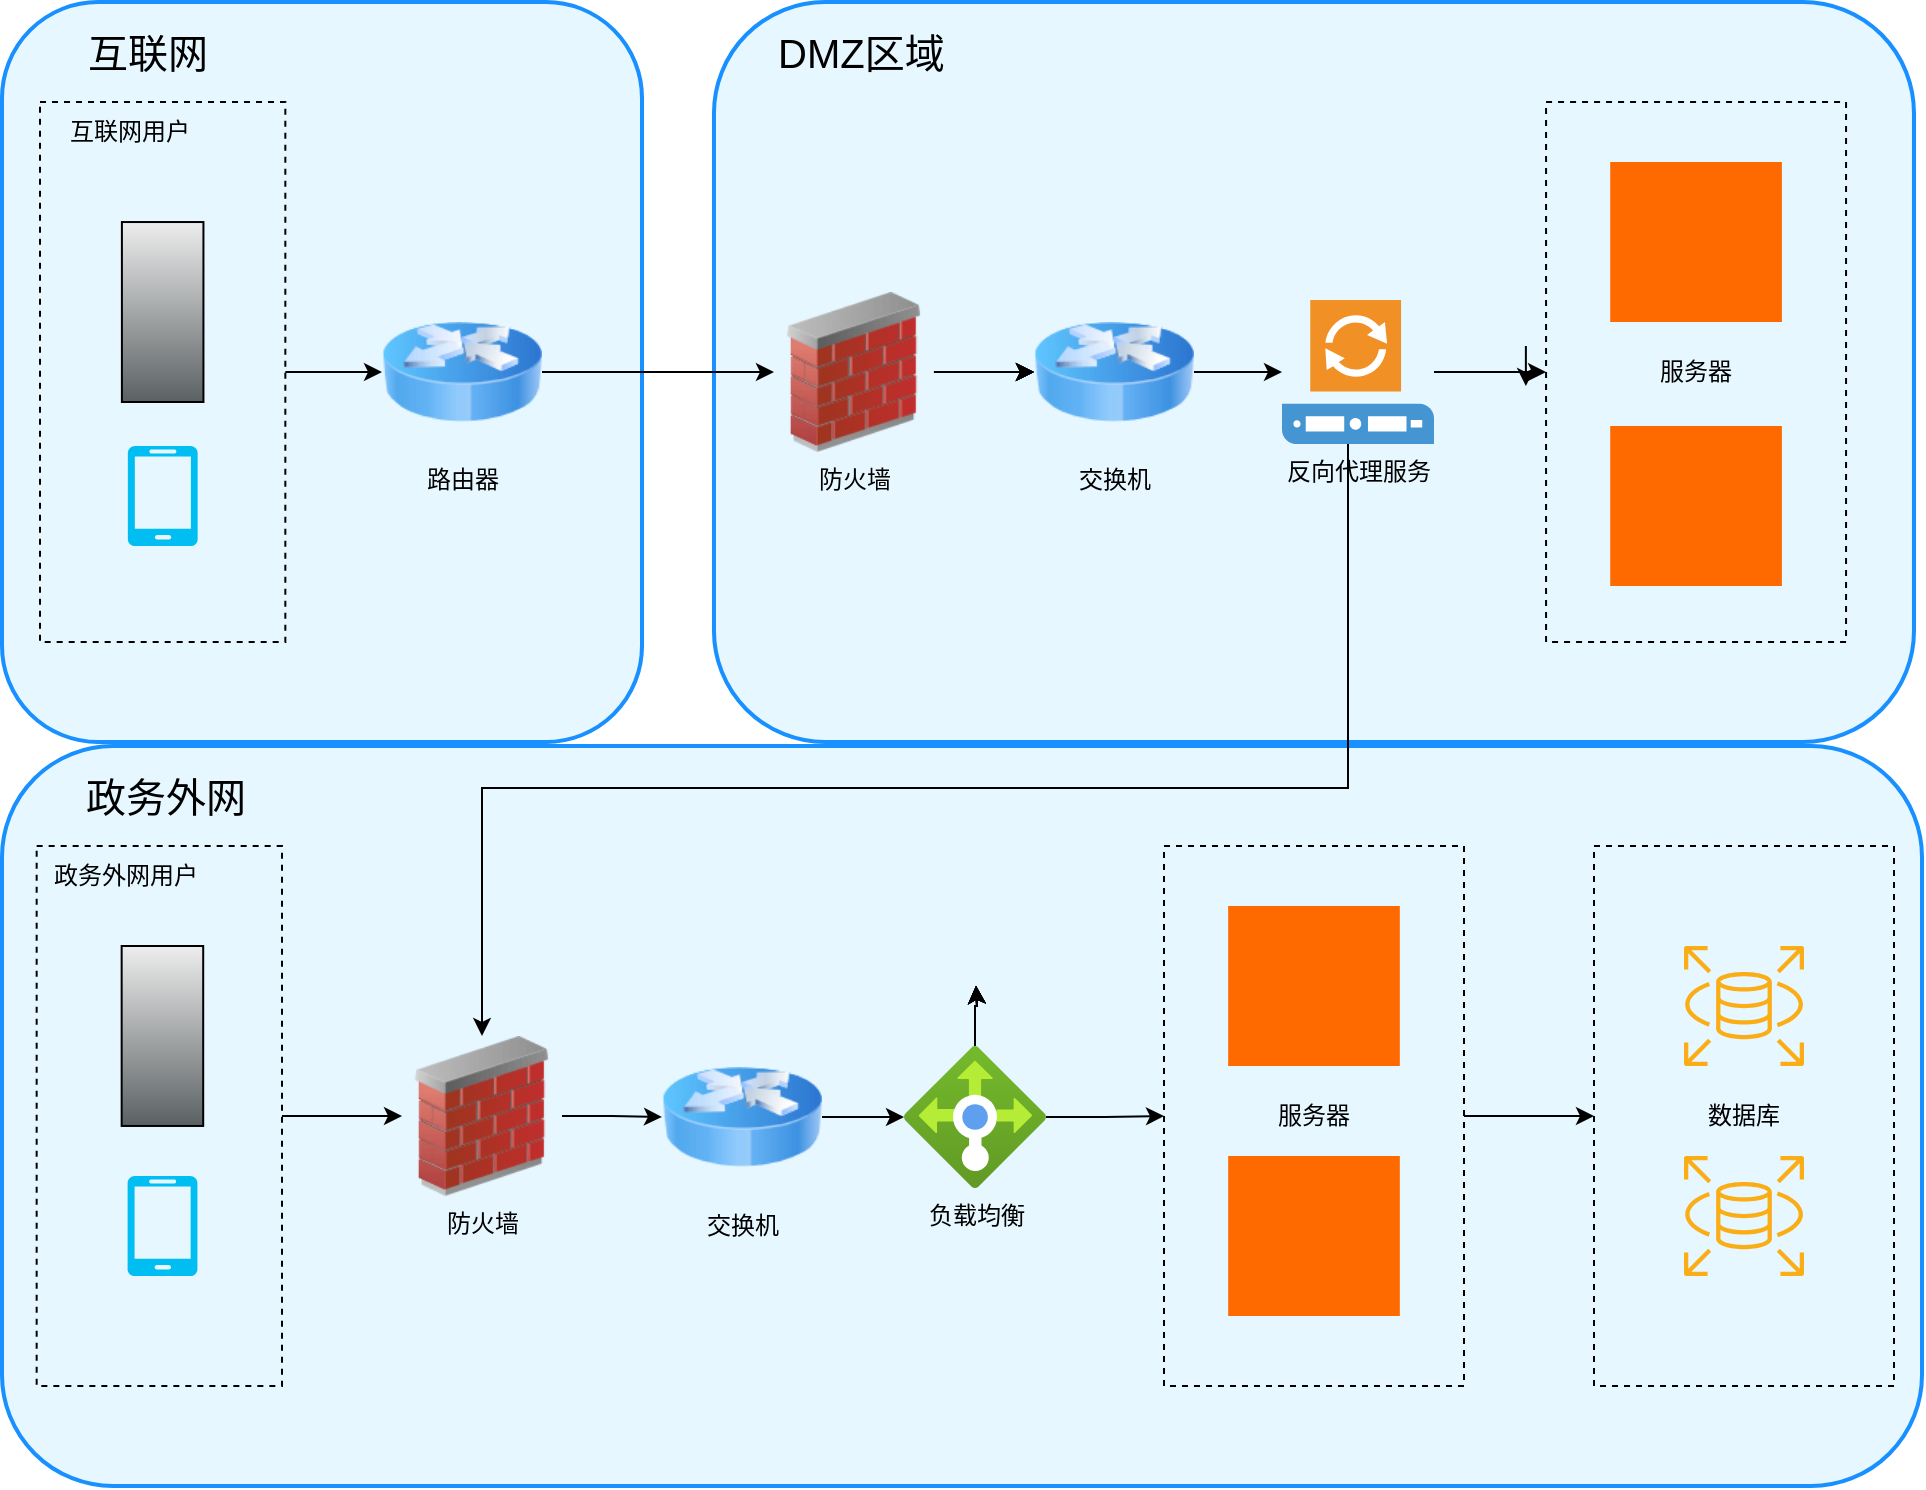
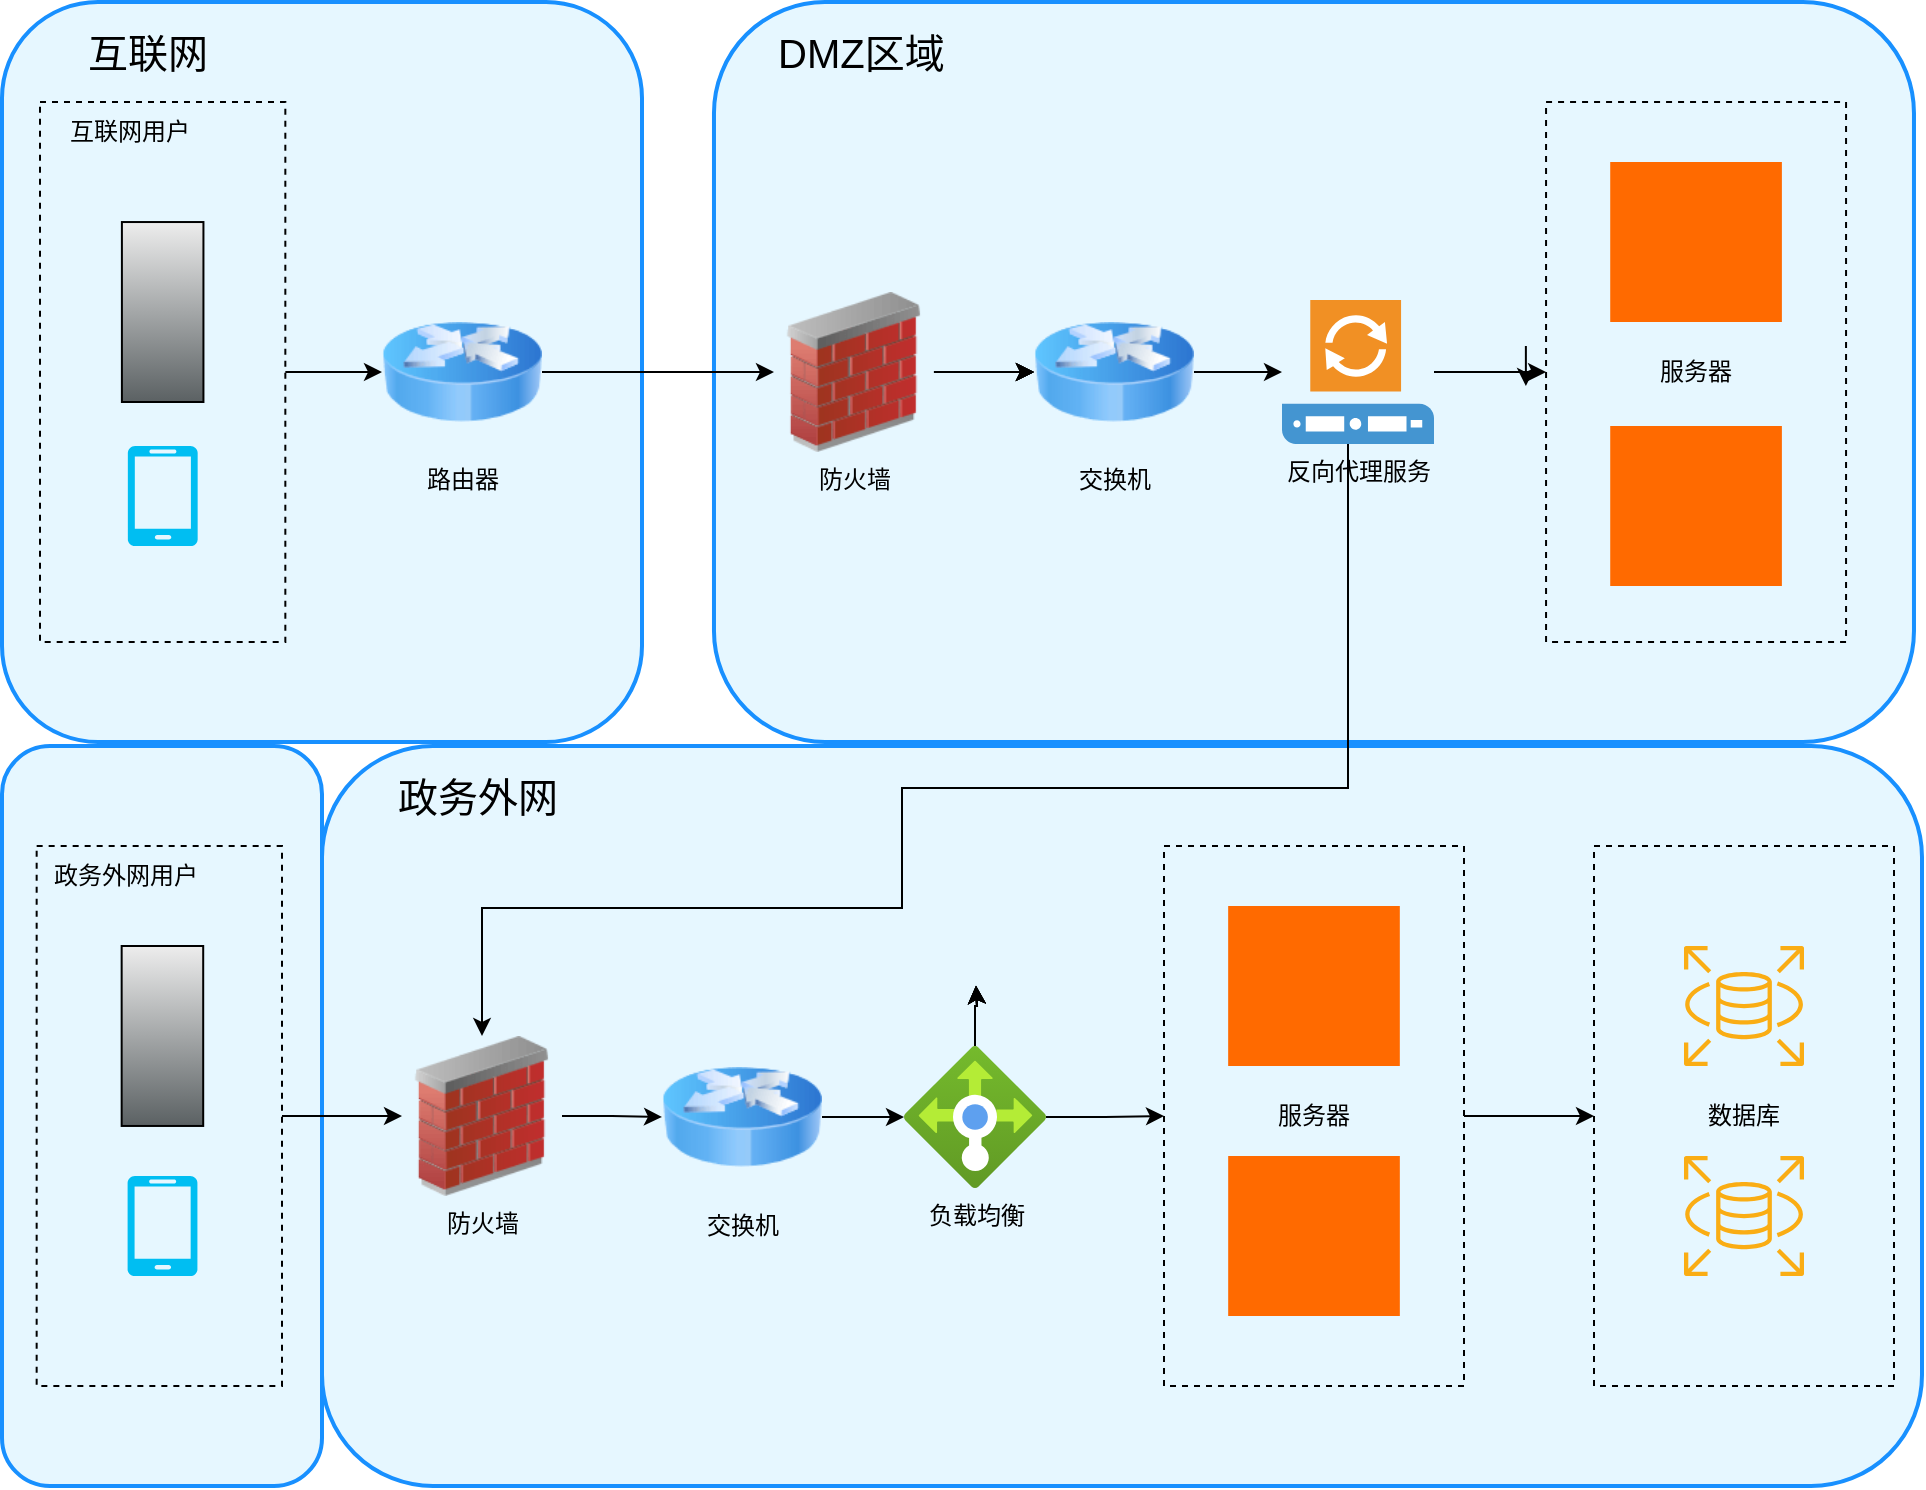
<mxfile host="app.diagrams.net">
  <diagram name="第 1 页" id="D2IiC31BuT-QvLHUgMJ5">
    <mxGraphModel dx="745" dy="2096" grid="1" gridSize="10" guides="1" tooltips="1" connect="1" arrows="1" fold="1" page="1" pageScale="1" pageWidth="827" pageHeight="1169" math="0" shadow="0">
      <root>
        <mxCell id="0" />
        <mxCell id="1" parent="0" />
+         <mxCell id="P6Ce5vJbtA9BVtcRjQjT-128" parent="1" style="rounded=1;whiteSpace=wrap;html=1;fillColor=light-dark(#E6F7FF,#FFFFFF);strokeColor=#1890ff;strokeWidth=2;" value="" vertex="1">
+           <mxGeometry height="370" width="160" x="960" y="359" as="geometry" />
+         </mxCell>
        <mxCell id="P6Ce5vJbtA9BVtcRjQjT-61" parent="1" style="rounded=1;whiteSpace=wrap;html=1;fillColor=light-dark(#E6F7FF,#FFFFFF);strokeColor=#1890ff;strokeWidth=2;" value="" vertex="1">
-           <mxGeometry height="370" width="960" x="960" y="359" as="geometry" />
+           <mxGeometry height="370" width="800" x="1120" y="359" as="geometry" />
        </mxCell>
        <mxCell id="P6Ce5vJbtA9BVtcRjQjT-62" edge="1" parent="1" source="P6Ce5vJbtA9BVtcRjQjT-63" style="edgeStyle=orthogonalEdgeStyle;rounded=0;orthogonalLoop=1;jettySize=auto;html=1;strokeColor=light-dark(#000000,#000000);" target="P6Ce5vJbtA9BVtcRjQjT-64">
          <mxGeometry relative="1" as="geometry" />
        </mxCell>
        <mxCell id="P6Ce5vJbtA9BVtcRjQjT-63" parent="1" style="rounded=0;whiteSpace=wrap;html=1;fillColor=none;strokeColor=light-dark(#000000,#000000);dashed=1;" value="&lt;font style=&quot;color: light-dark(rgb(0, 0, 0), rgb(0, 0, 0));&quot;&gt;服务器&lt;/font&gt;" vertex="1">
          <mxGeometry height="270" width="150" x="1541" y="409" as="geometry" />
        </mxCell>
        <mxCell id="P6Ce5vJbtA9BVtcRjQjT-64" parent="1" style="rounded=0;whiteSpace=wrap;html=1;fillColor=none;strokeColor=light-dark(#000000,#000000);dashed=1;" value="&lt;font style=&quot;color: light-dark(rgb(0, 0, 0), rgb(0, 0, 0));&quot;&gt;数据库&lt;/font&gt;" vertex="1">
          <mxGeometry height="270" width="150" x="1756" y="409" as="geometry" />
        </mxCell>
        <mxCell id="P6Ce5vJbtA9BVtcRjQjT-65" parent="1" style="shape=mxgraph.aws4.rds;html=1;strokeColor=#000000;fillColor=#faad14;" value="" vertex="1">
          <mxGeometry height="60" width="60" x="1801" y="459" as="geometry" />
        </mxCell>
        <mxCell id="P6Ce5vJbtA9BVtcRjQjT-66" parent="1" style="shape=mxgraph.aws4.rds;html=1;strokeColor=#000000;fillColor=#faad14;" value="" vertex="1">
          <mxGeometry height="60" width="60" x="1801" y="564" as="geometry" />
        </mxCell>
        <mxCell id="P6Ce5vJbtA9BVtcRjQjT-67" edge="1" parent="1" source="P6Ce5vJbtA9BVtcRjQjT-68" style="edgeStyle=orthogonalEdgeStyle;rounded=0;orthogonalLoop=1;jettySize=auto;html=1;entryX=0;entryY=0.5;entryDx=0;entryDy=0;strokeColor=light-dark(#000000,#000000);" target="P6Ce5vJbtA9BVtcRjQjT-73">
          <mxGeometry relative="1" as="geometry" />
        </mxCell>
        <mxCell id="P6Ce5vJbtA9BVtcRjQjT-68" parent="1" style="rounded=0;whiteSpace=wrap;html=1;fillColor=none;strokeColor=light-dark(#000000,#000000);dashed=1;" value="" vertex="1">
          <mxGeometry height="270" width="122.67" x="977.3299999999999" y="409" as="geometry" />
        </mxCell>
        <mxCell id="P6Ce5vJbtA9BVtcRjQjT-69" parent="1" style="shape=mxgraph.networks2.icon;aspect=fixed;fillColor=#EDEDED;strokeColor=#000000;gradientColor=#5B6163;network2IconShadow=1;network2bgFillColor=none;labelPosition=center;verticalLabelPosition=bottom;align=center;verticalAlign=top;network2Icon=mxgraph.networks2.desktop_pc;network2IconXOffset=-0.0034;network2IconYOffset=0.00035;network2IconW=0.453;network2IconH=0.9995;" value="" vertex="1">
          <mxGeometry height="89.98" width="40.77" x="1019.8299999999999" y="459" as="geometry" />
        </mxCell>
        <mxCell id="P6Ce5vJbtA9BVtcRjQjT-70" parent="1" style="text;html=1;whiteSpace=wrap;strokeColor=none;fillColor=none;align=left;verticalAlign=middle;rounded=0;fontSize=20;fontColor=light-dark(#000000,#000000);" value="政务外网" vertex="1">
-           <mxGeometry height="50" width="170" x="1000" y="359" as="geometry" />
+           <mxGeometry height="50" width="170" x="1156" y="359" as="geometry" />
        </mxCell>
        <mxCell id="P6Ce5vJbtA9BVtcRjQjT-71" parent="1" style="text;html=1;whiteSpace=wrap;strokeColor=none;fillColor=none;align=center;verticalAlign=middle;rounded=0;fontColor=light-dark(#000000,#000000);" value="政务外网用户" vertex="1">
          <mxGeometry height="30" width="90" x="977.33" y="409" as="geometry" />
        </mxCell>
        <mxCell id="P6Ce5vJbtA9BVtcRjQjT-90" edge="1" parent="1" source="P6Ce5vJbtA9BVtcRjQjT-73" style="edgeStyle=orthogonalEdgeStyle;rounded=0;orthogonalLoop=1;jettySize=auto;html=1;entryX=0;entryY=0.5;entryDx=0;entryDy=0;strokeColor=light-dark(#000000,#000000);" target="P6Ce5vJbtA9BVtcRjQjT-89">
          <mxGeometry relative="1" as="geometry" />
        </mxCell>
        <mxCell id="P6Ce5vJbtA9BVtcRjQjT-73" parent="1" style="image;html=1;image=img/lib/clip_art/networking/Firewall_02_128x128.png;labelBackgroundColor=none;" value="&lt;span style=&quot;&quot;&gt;&lt;font style=&quot;color: light-dark(rgb(0, 0, 0), rgb(0, 0, 0));&quot;&gt;防火墙&lt;/font&gt;&lt;/span&gt;" vertex="1">
          <mxGeometry height="80" width="80" x="1160" y="504" as="geometry" />
        </mxCell>
        <mxCell id="P6Ce5vJbtA9BVtcRjQjT-74" edge="1" parent="1" source="P6Ce5vJbtA9BVtcRjQjT-75" style="edgeStyle=orthogonalEdgeStyle;rounded=0;orthogonalLoop=1;jettySize=auto;html=1;entryX=0;entryY=0.5;entryDx=0;entryDy=0;strokeColor=light-dark(#000000,#000000);" target="P6Ce5vJbtA9BVtcRjQjT-63">
          <mxGeometry relative="1" as="geometry" />
        </mxCell>
        <mxCell id="P6Ce5vJbtA9BVtcRjQjT-80" edge="1" parent="1" source="P6Ce5vJbtA9BVtcRjQjT-75" style="edgeStyle=orthogonalEdgeStyle;rounded=0;orthogonalLoop=1;jettySize=auto;html=1;">
          <mxGeometry relative="1" as="geometry">
            <mxPoint x="1447" y="478.88956535932493" as="targetPoint" />
          </mxGeometry>
        </mxCell>
        <mxCell id="P6Ce5vJbtA9BVtcRjQjT-81" edge="1" parent="1" source="P6Ce5vJbtA9BVtcRjQjT-75" style="edgeStyle=orthogonalEdgeStyle;rounded=0;orthogonalLoop=1;jettySize=auto;html=1;">
          <mxGeometry relative="1" as="geometry">
            <mxPoint x="1447" y="478.88956535932493" as="targetPoint" />
          </mxGeometry>
        </mxCell>
        <mxCell id="P6Ce5vJbtA9BVtcRjQjT-82" edge="1" parent="1" source="P6Ce5vJbtA9BVtcRjQjT-75" style="edgeStyle=orthogonalEdgeStyle;rounded=0;orthogonalLoop=1;jettySize=auto;html=1;">
          <mxGeometry relative="1" as="geometry">
            <mxPoint x="1447" y="478.88956535932493" as="targetPoint" />
          </mxGeometry>
        </mxCell>
        <mxCell id="P6Ce5vJbtA9BVtcRjQjT-83" edge="1" parent="1" source="P6Ce5vJbtA9BVtcRjQjT-75" style="edgeStyle=orthogonalEdgeStyle;rounded=0;orthogonalLoop=1;jettySize=auto;html=1;">
          <mxGeometry relative="1" as="geometry">
            <mxPoint x="1447" y="478.88956535932493" as="targetPoint" />
          </mxGeometry>
        </mxCell>
        <mxCell id="P6Ce5vJbtA9BVtcRjQjT-86" edge="1" parent="1" source="P6Ce5vJbtA9BVtcRjQjT-75" style="edgeStyle=orthogonalEdgeStyle;rounded=0;orthogonalLoop=1;jettySize=auto;html=1;">
          <mxGeometry relative="1" as="geometry">
            <mxPoint x="1447" y="478.88956535932493" as="targetPoint" />
          </mxGeometry>
        </mxCell>
        <mxCell id="P6Ce5vJbtA9BVtcRjQjT-75" parent="1" style="image;aspect=fixed;html=1;points=[];align=center;fontSize=12;image=img/lib/azure2/networking/Load_Balancers.svg;fontColor=light-dark(#000000,#000000);labelBackgroundColor=none;" value="&lt;span style=&quot;&quot;&gt;负载&lt;/span&gt;&lt;span&gt;均衡&lt;/span&gt;" vertex="1">
          <mxGeometry height="71" width="71" x="1411" y="509" as="geometry" />
        </mxCell>
        <mxCell id="P6Ce5vJbtA9BVtcRjQjT-76" parent="1" style="points=[];aspect=fixed;html=1;align=center;shadow=0;dashed=0;fillColor=#FF6A00;strokeColor=none;shape=mxgraph.alibaba_cloud.ecs_elastic_compute_service;" value="" vertex="1">
          <mxGeometry height="80" width="85.83" x="1573.08" y="439" as="geometry" />
        </mxCell>
        <mxCell id="P6Ce5vJbtA9BVtcRjQjT-77" parent="1" style="points=[];aspect=fixed;html=1;align=center;shadow=0;dashed=0;fillColor=#FF6A00;strokeColor=none;shape=mxgraph.alibaba_cloud.ecs_elastic_compute_service;" value="" vertex="1">
          <mxGeometry height="80" width="85.83" x="1573.0900000000001" y="564" as="geometry" />
        </mxCell>
        <mxCell id="P6Ce5vJbtA9BVtcRjQjT-78" parent="1" style="verticalLabelPosition=bottom;html=1;verticalAlign=top;align=center;strokeColor=none;fillColor=#00BEF2;shape=mxgraph.azure.mobile;pointerEvents=1;" value="" vertex="1">
          <mxGeometry height="50" width="35" x="1022.71" y="574" as="geometry" />
        </mxCell>
        <mxCell id="P6Ce5vJbtA9BVtcRjQjT-91" edge="1" parent="1" source="P6Ce5vJbtA9BVtcRjQjT-89" style="edgeStyle=orthogonalEdgeStyle;rounded=0;orthogonalLoop=1;jettySize=auto;html=1;strokeColor=light-dark(#000000,#000000);" target="P6Ce5vJbtA9BVtcRjQjT-75">
          <mxGeometry relative="1" as="geometry" />
        </mxCell>
        <mxCell id="P6Ce5vJbtA9BVtcRjQjT-89" parent="1" style="image;html=1;image=img/lib/clip_art/networking/Router_Icon_128x128.png;labelBackgroundColor=none;" value="&lt;font style=&quot;color: light-dark(rgb(0, 0, 0), rgb(0, 0, 0));&quot;&gt;交换机&lt;/font&gt;" vertex="1">
          <mxGeometry height="80" width="80" x="1290" y="504.5" as="geometry" />
        </mxCell>
        <mxCell id="P6Ce5vJbtA9BVtcRjQjT-92" parent="1" style="rounded=1;whiteSpace=wrap;html=1;fillColor=light-dark(#E6F7FF,#FFFFFF);strokeColor=#1890ff;strokeWidth=2;" value="" vertex="1">
          <mxGeometry height="370" width="600" x="1315.99" y="-13" as="geometry" />
        </mxCell>
        <mxCell id="P6Ce5vJbtA9BVtcRjQjT-93" parent="1" style="text;html=1;whiteSpace=wrap;strokeColor=none;fillColor=none;align=left;verticalAlign=middle;rounded=0;fontSize=20;fontColor=light-dark(#000000,#000000);" value="DMZ区域" vertex="1">
          <mxGeometry height="50" width="170" x="1345.99" y="-13" as="geometry" />
        </mxCell>
        <mxCell id="P6Ce5vJbtA9BVtcRjQjT-115" edge="1" parent="1" source="P6Ce5vJbtA9BVtcRjQjT-95" style="edgeStyle=orthogonalEdgeStyle;rounded=0;orthogonalLoop=1;jettySize=auto;html=1;entryX=0;entryY=0.5;entryDx=0;entryDy=0;fontColor=light-dark(#000000,#000000);" target="P6Ce5vJbtA9BVtcRjQjT-113">
          <mxGeometry relative="1" as="geometry" />
        </mxCell>
        <mxCell id="P6Ce5vJbtA9BVtcRjQjT-117" edge="1" parent="1" source="P6Ce5vJbtA9BVtcRjQjT-95" style="edgeStyle=orthogonalEdgeStyle;rounded=0;orthogonalLoop=1;jettySize=auto;html=1;entryX=0;entryY=0.5;entryDx=0;entryDy=0;fontColor=light-dark(#000000,#000000);" target="P6Ce5vJbtA9BVtcRjQjT-113">
          <mxGeometry relative="1" as="geometry" />
        </mxCell>
        <mxCell id="P6Ce5vJbtA9BVtcRjQjT-118" edge="1" parent="1" source="P6Ce5vJbtA9BVtcRjQjT-95" style="edgeStyle=orthogonalEdgeStyle;rounded=0;orthogonalLoop=1;jettySize=auto;html=1;entryX=0;entryY=0.5;entryDx=0;entryDy=0;" target="P6Ce5vJbtA9BVtcRjQjT-113">
          <mxGeometry relative="1" as="geometry" />
        </mxCell>
        <mxCell id="P6Ce5vJbtA9BVtcRjQjT-119" edge="1" parent="1" source="P6Ce5vJbtA9BVtcRjQjT-95" style="edgeStyle=orthogonalEdgeStyle;rounded=0;orthogonalLoop=1;jettySize=auto;html=1;" target="P6Ce5vJbtA9BVtcRjQjT-113" value="">
          <mxGeometry relative="1" as="geometry" />
        </mxCell>
        <mxCell id="P6Ce5vJbtA9BVtcRjQjT-120" edge="1" parent="1" source="P6Ce5vJbtA9BVtcRjQjT-95" style="edgeStyle=orthogonalEdgeStyle;rounded=0;orthogonalLoop=1;jettySize=auto;html=1;strokeColor=light-dark(#000000,#000000);" target="P6Ce5vJbtA9BVtcRjQjT-113">
          <mxGeometry relative="1" as="geometry" />
        </mxCell>
        <mxCell id="P6Ce5vJbtA9BVtcRjQjT-95" parent="1" style="image;html=1;image=img/lib/clip_art/networking/Firewall_02_128x128.png;labelBackgroundColor=none;" value="&lt;span style=&quot;&quot;&gt;&lt;font style=&quot;color: light-dark(rgb(0, 0, 0), rgb(0, 0, 0));&quot;&gt;防火墙&lt;/font&gt;&lt;/span&gt;" vertex="1">
          <mxGeometry height="80" width="80" x="1345.99" y="132" as="geometry" />
        </mxCell>
        <mxCell id="P6Ce5vJbtA9BVtcRjQjT-123" edge="1" parent="1" source="P6Ce5vJbtA9BVtcRjQjT-98" style="edgeStyle=orthogonalEdgeStyle;rounded=0;orthogonalLoop=1;jettySize=auto;html=1;entryX=0;entryY=0.5;entryDx=0;entryDy=0;strokeColor=light-dark(#000000,#000000);" target="P6Ce5vJbtA9BVtcRjQjT-109">
          <mxGeometry relative="1" as="geometry" />
        </mxCell>
        <mxCell id="P6Ce5vJbtA9BVtcRjQjT-127" edge="1" parent="1" source="P6Ce5vJbtA9BVtcRjQjT-98" style="edgeStyle=orthogonalEdgeStyle;rounded=0;orthogonalLoop=1;jettySize=auto;html=1;entryX=0.5;entryY=0;entryDx=0;entryDy=0;strokeColor=light-dark(#000000,#000000);" target="P6Ce5vJbtA9BVtcRjQjT-73">
          <mxGeometry relative="1" as="geometry">
            <Array as="points">
              <mxPoint x="1633" y="380" />
-               <mxPoint x="1200" y="380" />
+               <mxPoint x="1410" y="380" />
+               <mxPoint x="1410" y="440" />
+               <mxPoint x="1200" y="440" />
            </Array>
          </mxGeometry>
        </mxCell>
        <mxCell id="P6Ce5vJbtA9BVtcRjQjT-98" parent="1" style="shadow=0;dashed=0;html=1;strokeColor=none;fillColor=#4495D1;labelPosition=center;verticalLabelPosition=bottom;verticalAlign=top;align=center;outlineConnect=0;shape=mxgraph.veeam.proxy_server;fontColor=light-dark(#000000,#000000);" value="反向代理服务" vertex="1">
          <mxGeometry height="72" width="76" x="1600" y="136" as="geometry" />
        </mxCell>
        <mxCell id="P6Ce5vJbtA9BVtcRjQjT-100" parent="1" style="rounded=1;whiteSpace=wrap;html=1;fillColor=light-dark(#E6F7FF,#FFFFFF);strokeColor=#1890ff;strokeWidth=2;" value="" vertex="1">
          <mxGeometry height="370" width="320" x="960" y="-13" as="geometry" />
        </mxCell>
        <mxCell id="P6Ce5vJbtA9BVtcRjQjT-101" parent="1" style="text;html=1;whiteSpace=wrap;strokeColor=none;fillColor=none;align=left;verticalAlign=middle;rounded=0;fontSize=20;fontColor=light-dark(#000000,#000000);" value="互联网" vertex="1">
          <mxGeometry height="50" width="140" x="1001.1" y="-13" as="geometry" />
        </mxCell>
        <mxCell id="P6Ce5vJbtA9BVtcRjQjT-125" edge="1" parent="1" source="P6Ce5vJbtA9BVtcRjQjT-103" style="edgeStyle=orthogonalEdgeStyle;rounded=0;orthogonalLoop=1;jettySize=auto;html=1;exitX=1;exitY=0.5;exitDx=0;exitDy=0;entryX=0;entryY=0.5;entryDx=0;entryDy=0;strokeColor=light-dark(#000000,#000000);" target="P6Ce5vJbtA9BVtcRjQjT-124">
          <mxGeometry relative="1" as="geometry" />
        </mxCell>
        <mxCell id="P6Ce5vJbtA9BVtcRjQjT-103" parent="1" style="rounded=0;whiteSpace=wrap;html=1;fillColor=none;strokeColor=light-dark(#000000,#000000);dashed=1;" value="" vertex="1">
          <mxGeometry height="270" width="122.67" x="979" y="37" as="geometry" />
        </mxCell>
        <mxCell id="P6Ce5vJbtA9BVtcRjQjT-105" parent="1" style="shape=mxgraph.networks2.icon;aspect=fixed;fillColor=#EDEDED;strokeColor=#000000;gradientColor=#5B6163;network2IconShadow=1;network2bgFillColor=none;labelPosition=center;verticalLabelPosition=bottom;align=center;verticalAlign=top;network2Icon=mxgraph.networks2.desktop_pc;network2IconXOffset=-0.0034;network2IconYOffset=0.00035;network2IconW=0.453;network2IconH=0.9995;" value="" vertex="1">
          <mxGeometry height="89.98" width="40.77" x="1019.9499999999998" y="97.02000000000001" as="geometry" />
        </mxCell>
        <mxCell id="P6Ce5vJbtA9BVtcRjQjT-106" parent="1" style="verticalLabelPosition=bottom;html=1;verticalAlign=top;align=center;strokeColor=none;fillColor=#00BEF2;shape=mxgraph.azure.mobile;pointerEvents=1;" value="" vertex="1">
          <mxGeometry height="50" width="35" x="1022.8299999999999" y="209" as="geometry" />
        </mxCell>
        <mxCell id="P6Ce5vJbtA9BVtcRjQjT-107" parent="1" style="text;html=1;whiteSpace=wrap;strokeColor=none;fillColor=none;align=center;verticalAlign=middle;rounded=0;fontColor=light-dark(#000000,#000000);" value="互联网用户" vertex="1">
          <mxGeometry height="30" width="90" x="979" y="37" as="geometry" />
        </mxCell>
        <mxCell id="P6Ce5vJbtA9BVtcRjQjT-109" parent="1" style="rounded=0;whiteSpace=wrap;html=1;fillColor=none;strokeColor=light-dark(#000000,#000000);dashed=1;" value="&lt;font style=&quot;color: light-dark(rgb(0, 0, 0), rgb(0, 0, 0));&quot;&gt;服务器&lt;/font&gt;" vertex="1">
          <mxGeometry height="270" width="150" x="1732.03" y="37" as="geometry" />
        </mxCell>
        <mxCell id="P6Ce5vJbtA9BVtcRjQjT-110" parent="1" style="points=[];aspect=fixed;html=1;align=center;shadow=0;dashed=0;fillColor=#FF6A00;strokeColor=none;shape=mxgraph.alibaba_cloud.ecs_elastic_compute_service;" value="" vertex="1">
          <mxGeometry height="80" width="85.83" x="1764.11" y="67" as="geometry" />
        </mxCell>
        <mxCell id="P6Ce5vJbtA9BVtcRjQjT-112" parent="1" style="points=[];aspect=fixed;html=1;align=center;shadow=0;dashed=0;fillColor=#FF6A00;strokeColor=none;shape=mxgraph.alibaba_cloud.ecs_elastic_compute_service;" value="" vertex="1">
          <mxGeometry height="80" width="85.83" x="1764.11" y="199" as="geometry" />
        </mxCell>
        <mxCell id="P6Ce5vJbtA9BVtcRjQjT-121" edge="1" parent="1" source="P6Ce5vJbtA9BVtcRjQjT-113" style="edgeStyle=orthogonalEdgeStyle;rounded=0;orthogonalLoop=1;jettySize=auto;html=1;strokeColor=light-dark(#000000,#000000);" target="P6Ce5vJbtA9BVtcRjQjT-98">
          <mxGeometry relative="1" as="geometry" />
        </mxCell>
        <mxCell id="P6Ce5vJbtA9BVtcRjQjT-113" parent="1" style="image;html=1;image=img/lib/clip_art/networking/Router_Icon_128x128.png;labelBackgroundColor=none;" value="&lt;font style=&quot;color: light-dark(rgb(0, 0, 0), rgb(0, 0, 0));&quot;&gt;交换机&lt;/font&gt;" vertex="1">
          <mxGeometry height="80" width="80" x="1475.99" y="132" as="geometry" />
        </mxCell>
        <mxCell id="P6Ce5vJbtA9BVtcRjQjT-122" edge="1" parent="1" style="edgeStyle=orthogonalEdgeStyle;rounded=0;orthogonalLoop=1;jettySize=auto;html=1;">
          <mxGeometry relative="1" as="geometry">
            <mxPoint x="1721.94" y="159" as="sourcePoint" />
            <mxPoint x="1721.94" y="179" as="targetPoint" />
          </mxGeometry>
        </mxCell>
        <mxCell id="P6Ce5vJbtA9BVtcRjQjT-126" edge="1" parent="1" source="P6Ce5vJbtA9BVtcRjQjT-124" style="edgeStyle=orthogonalEdgeStyle;rounded=0;orthogonalLoop=1;jettySize=auto;html=1;entryX=0;entryY=0.5;entryDx=0;entryDy=0;strokeColor=light-dark(#000000,#000000);" target="P6Ce5vJbtA9BVtcRjQjT-95">
          <mxGeometry relative="1" as="geometry" />
        </mxCell>
        <mxCell id="P6Ce5vJbtA9BVtcRjQjT-124" parent="1" style="image;html=1;image=img/lib/clip_art/networking/Router_Icon_128x128.png;labelBackgroundColor=none;" value="&lt;font style=&quot;color: light-dark(rgb(0, 0, 0), rgb(0, 0, 0));&quot;&gt;路由器&lt;/font&gt;" vertex="1">
          <mxGeometry height="80" width="80" x="1150" y="132" as="geometry" />
        </mxCell>
      </root>
    </mxGraphModel>
  </diagram>
</mxfile>
